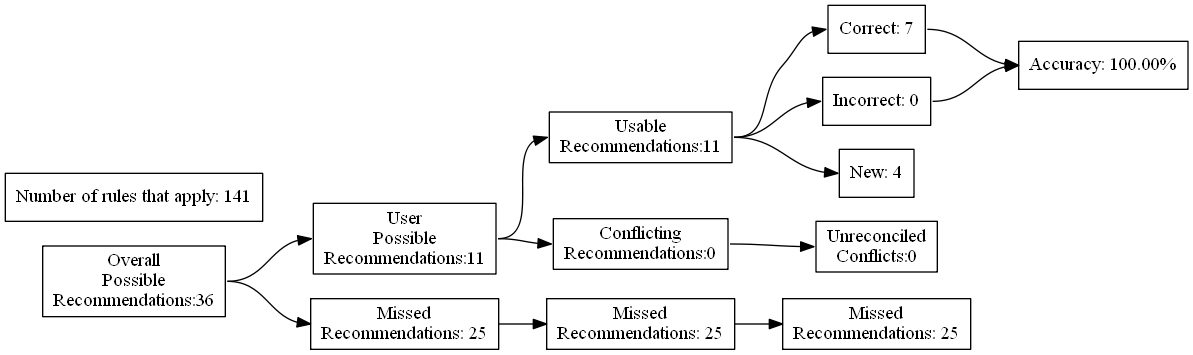
ZaxR/ibd_diet_analysis keeps this Graphviz diagram as test_renders/32.gv.png. Above is the earlier version. Its source is kept beside it as test_renders/32.gv.
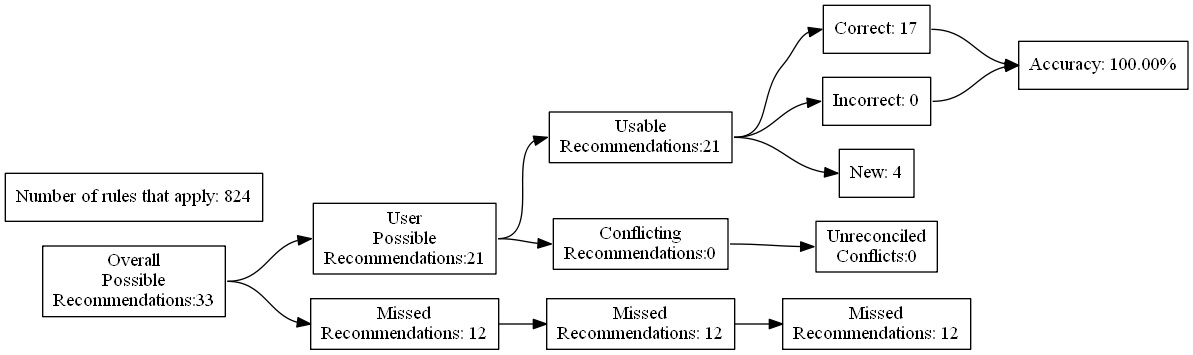
The same file after the commit.

Change to the diagram source:
```diff
@@ -4,27 +4,27 @@
 	edge [headport=w tailport=e]
 		A [label="Overall
 Possible
-Recommendations:36"]
+Recommendations:33"]
 		B [label="User
 Possible
-Recommendations:11"]
+Recommendations:21"]
 		C [label="Missed
-Recommendations: 25"]
+Recommendations: 12"]
 		D [label="Usable
-Recommendations:11"]
+Recommendations:21"]
 		E [label="Conflicting
 Recommendations:0"]
 		J [label="Missed
-Recommendations: 25"]
+Recommendations: 12"]
 		M [label="Unreconciled
 Conflicts:0"]
-		F [label="Correct: 7"]
+		F [label="Correct: 17"]
 		G [label="Incorrect: 0"]
 		H [label="New: 4"]
 		K [label="Missed
-Recommendations: 25"]
+Recommendations: 12"]
 		I [label="Accuracy: 100.00%"]
-		l [label="Number of rules that apply: 141"]
+		l [label="Number of rules that apply: 824"]
 			A -> B
 			A -> C
 			B -> D
```
